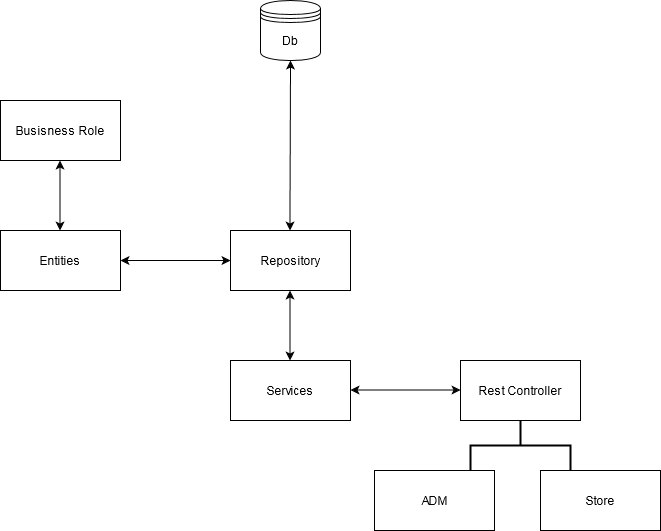
Before: arquitetura e projeto/arquitetura/fluxo/fluxo.png, a diagram exported from draw.io (Leozin89python/store-engine-project). Source tidied: cells renumbered, new cells last; positions are measured from the earlier drawing's top-left corner, leaving out a move shared by most shapes.
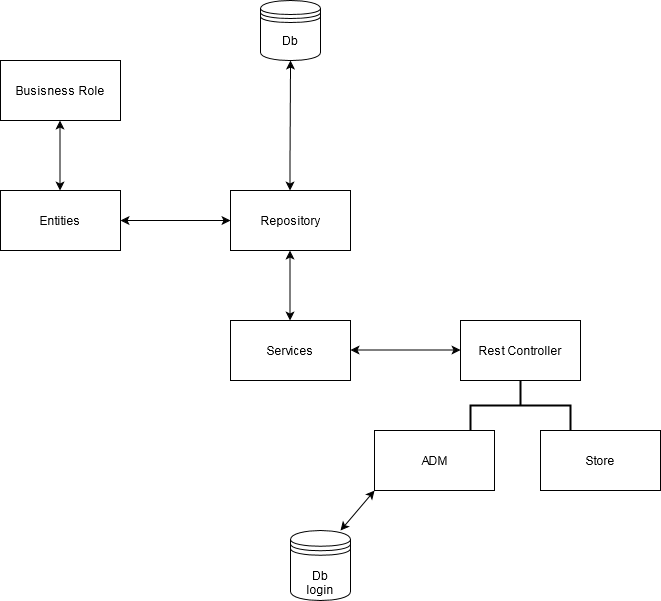
The same diagram one commit later.

The edit, as a diff of the source:
```diff
@@ -29,14 +29,14 @@
     <mxCell id="7" style="endArrow=classic;startArrow=classic;html=1;" parent="1" edge="1">
       <mxGeometry relative="1" as="geometry">
         <mxPoint x="289.5" y="230" as="sourcePoint" />
-        <mxPoint x="290" y="60" as="targetPoint" />
+        <mxPoint x="290" y="100" as="targetPoint" />
         <Array as="points">
           <mxPoint x="289.5" y="200" />
         </Array>
       </mxGeometry>
     </mxCell>
     <mxCell id="8" value="Db" style="shape=datastore;whiteSpace=wrap;html=1;" parent="1" vertex="1">
-      <mxGeometry x="260" width="60" height="60" as="geometry" />
+      <mxGeometry x="260" y="40" width="60" height="60" as="geometry" />
     </mxCell>
     <mxCell id="9" style="endArrow=classic;startArrow=classic;html=1;" parent="1" edge="1">
       <mxGeometry relative="1" as="geometry">
@@ -68,5 +68,14 @@
     <mxCell id="15" value="ADM" style="rounded=0;whiteSpace=wrap;html=1;" parent="1" vertex="1">
       <mxGeometry x="374" y="470" width="120" height="60" as="geometry" />
     </mxCell>
+    <mxCell id="16" value="&lt;div&gt;&lt;br&gt;&lt;/div&gt;&lt;div&gt;Db&lt;/div&gt;&lt;div&gt;login&lt;/div&gt;" style="shape=datastore;whiteSpace=wrap;html=1;" parent="1" vertex="1">
+      <mxGeometry x="290" y="570" width="60" height="70" as="geometry" />
+    </mxCell>
+    <mxCell id="17" style="endArrow=classic;startArrow=classic;html=1;" parent="1" edge="1">
+      <mxGeometry relative="1" as="geometry">
+        <mxPoint x="374" y="530" as="sourcePoint" />
+        <mxPoint x="340" y="570" as="targetPoint" />
+      </mxGeometry>
+    </mxCell>
   </root>
 </mxGraphModel>
```
